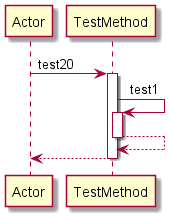
This is Diagrams/BLOCK/test20.png from manucapo/Gardener, a PlantUML export, as it was before one commit.
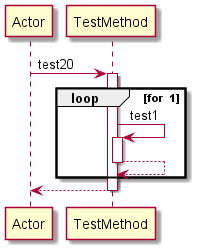
Later version of the same file.

Change to the diagram source:
```diff
@@ -2,9 +2,11 @@
 participant Actor
 Actor -> TestMethod: test20
 activate TestMethod
+loop for  1
 TestMethod -> TestMethod: test1
 activate TestMethod
 TestMethod-->TestMethod
 deactivate TestMethod
+end
 return
 @enduml
```
